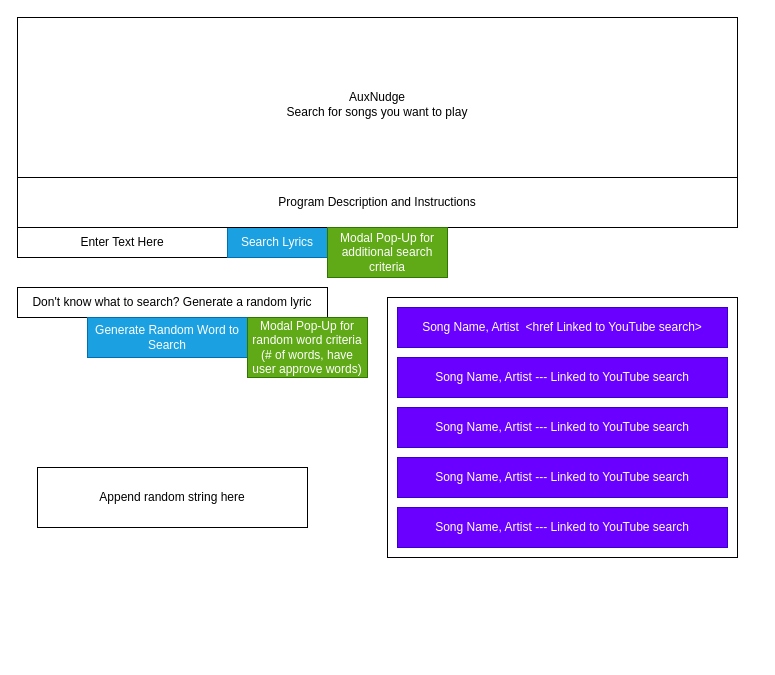
Above: page "Main Page" (1 of 2) of grid.drawio in ccaitano/aux-nudge (draw.io), before the change. Source tidied: cells renumbered, new cells numbered last; positions are measured from the earlier drawing's top-left corner, leaving out a move shared by most shapes. Both pictures are drawn from the tidied source at 100%, with x=0, y=0 at pixel (17, 17).
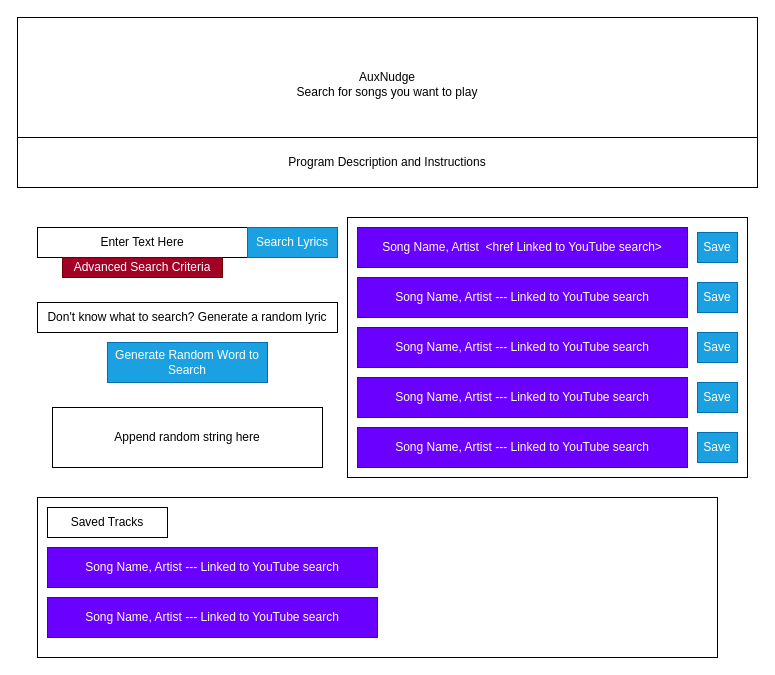
The same diagram, later.

Change to the diagram source:
```diff
@@
     <mxCell id="2" value="&lt;br&gt;AuxNudge&lt;br&gt;Search for songs you want to play" style="whiteSpace=wrap;html=1;" parent="1" vertex="1">
-      <mxGeometry width="720" height="160" as="geometry" />
+      <mxGeometry width="740" height="120" as="geometry" />
     </mxCell>
     <mxCell id="3" value="Enter Text Here" style="whiteSpace=wrap;html=1;" parent="1" vertex="1">
-      <mxGeometry y="210" width="210" height="30" as="geometry" />
+      <mxGeometry x="20" y="210" width="210" height="30" as="geometry" />
     </mxCell>
     <mxCell id="4" value="Search Lyrics" style="whiteSpace=wrap;html=1;fillColor=#1ba1e2;fontColor=#ffffff;strokeColor=#006EAF;" parent="1" vertex="1">
-      <mxGeometry x="210" y="210" width="100" height="30" as="geometry" />
+      <mxGeometry x="230" y="210" width="90" height="30" as="geometry" />
     </mxCell>
     <mxCell id="5" value="Don't know what to search? Generate a random lyric" style="whiteSpace=wrap;html=1;" parent="1" vertex="1">
-      <mxGeometry y="270" width="310" height="30" as="geometry" />
+      <mxGeometry x="20" y="285" width="300" height="30" as="geometry" />
     </mxCell>
     <mxCell id="6" value="Generate Random Word to Search" style="whiteSpace=wrap;html=1;fillColor=#1ba1e2;fontColor=#ffffff;strokeColor=#006EAF;" parent="1" vertex="1">
-      <mxGeometry x="70" y="300" width="160" height="40" as="geometry" />
+      <mxGeometry x="90" y="325" width="160" height="40" as="geometry" />
     </mxCell>
     <mxCell id="7" value="Program Description and Instructions" style="whiteSpace=wrap;html=1;" parent="1" vertex="1">
-      <mxGeometry y="160" width="720" height="50" as="geometry" />
+      <mxGeometry y="120" width="740" height="50" as="geometry" />
     </mxCell>
-    <mxCell id="8" value="Modal Pop-Up for additional search criteria" style="whiteSpace=wrap;html=1;fillColor=#60a917;fontColor=#ffffff;strokeColor=#2D7600;" parent="1" vertex="1">
-      <mxGeometry x="310" y="210" width="120" height="50" as="geometry" />
-    </mxCell>
-    <mxCell id="9" value="Modal Pop-Up for random word criteria (# of words, have user approve words)" style="whiteSpace=wrap;html=1;fillColor=#60a917;fontColor=#ffffff;strokeColor=#2D7600;" parent="1" vertex="1">
-      <mxGeometry x="230" y="300" width="120" height="60" as="geometry" />
-    </mxCell>
     <mxCell id="10" value="Append random string here" style="whiteSpace=wrap;html=1;" parent="1" vertex="1">
-      <mxGeometry x="20" y="450" width="270" height="60" as="geometry" />
+      <mxGeometry x="35" y="390" width="270" height="60" as="geometry" />
     </mxCell>
     <mxCell id="11" style="whiteSpace=wrap;html=1;" parent="1" vertex="1">
-      <mxGeometry x="370" y="280" width="350" height="260" as="geometry" />
+      <mxGeometry x="330" y="200" width="400" height="260" as="geometry" />
     </mxCell>
     <mxCell id="12" value="Song Name, Artist&amp;nbsp; &amp;lt;href Linked to YouTube search&amp;gt;" style="whiteSpace=wrap;html=1;fillColor=#6a00ff;fontColor=#ffffff;strokeColor=#3700CC;" parent="1" vertex="1">
-      <mxGeometry x="380" y="290" width="330" height="40" as="geometry" />
+      <mxGeometry x="340" y="210" width="330" height="40" as="geometry" />
     </mxCell>
     <mxCell id="13" value="Song Name, Artist --- Linked to YouTube search" style="whiteSpace=wrap;html=1;fillColor=#6a00ff;fontColor=#ffffff;strokeColor=#3700CC;" parent="1" vertex="1">
-      <mxGeometry x="380" y="340" width="330" height="40" as="geometry" />
+      <mxGeometry x="340" y="260" width="330" height="40" as="geometry" />
     </mxCell>
     <mxCell id="14" value="Song Name, Artist --- Linked to YouTube search" style="whiteSpace=wrap;html=1;fillColor=#6a00ff;fontColor=#ffffff;strokeColor=#3700CC;" parent="1" vertex="1">
-      <mxGeometry x="380" y="390" width="330" height="40" as="geometry" />
+      <mxGeometry x="340" y="310" width="330" height="40" as="geometry" />
     </mxCell>
     <mxCell id="15" value="Song Name, Artist --- Linked to YouTube search" style="whiteSpace=wrap;html=1;fillColor=#6a00ff;fontColor=#ffffff;strokeColor=#3700CC;" parent="1" vertex="1">
-      <mxGeometry x="380" y="440" width="330" height="40" as="geometry" />
+      <mxGeometry x="340" y="360" width="330" height="40" as="geometry" />
     </mxCell>
     <mxCell id="16" value="Song Name, Artist --- Linked to YouTube search" style="whiteSpace=wrap;html=1;fillColor=#6a00ff;fontColor=#ffffff;strokeColor=#3700CC;" parent="1" vertex="1">
-      <mxGeometry x="380" y="490" width="330" height="40" as="geometry" />
+      <mxGeometry x="340" y="410" width="330" height="40" as="geometry" />
     </mxCell>
+    <mxCell id="17" style="whiteSpace=wrap;html=1;" parent="1" vertex="1">
+      <mxGeometry x="20" y="480" width="680" height="160" as="geometry" />
+    </mxCell>
+    <mxCell id="18" value="Saved Tracks" style="whiteSpace=wrap;html=1;" parent="1" vertex="1">
+      <mxGeometry x="30" y="490" width="120" height="30" as="geometry" />
+    </mxCell>
+    <mxCell id="19" value="Song Name, Artist --- Linked to YouTube search" style="whiteSpace=wrap;html=1;fillColor=#6a00ff;fontColor=#ffffff;strokeColor=#3700CC;" parent="1" vertex="1">
+      <mxGeometry x="30" y="530" width="330" height="40" as="geometry" />
+    </mxCell>
+    <mxCell id="20" value="Song Name, Artist --- Linked to YouTube search" style="whiteSpace=wrap;html=1;fillColor=#6a00ff;fontColor=#ffffff;strokeColor=#3700CC;" parent="1" vertex="1">
+      <mxGeometry x="30" y="580" width="330" height="40" as="geometry" />
+    </mxCell>
+    <mxCell id="21" value="Save" style="whiteSpace=wrap;html=1;fillColor=#1ba1e2;fontColor=#ffffff;strokeColor=#006EAF;" parent="1" vertex="1">
+      <mxGeometry x="680" y="215" width="40" height="30" as="geometry" />
+    </mxCell>
+    <mxCell id="22" value="Save" style="whiteSpace=wrap;html=1;fillColor=#1ba1e2;fontColor=#ffffff;strokeColor=#006EAF;" parent="1" vertex="1">
+      <mxGeometry x="680" y="265" width="40" height="30" as="geometry" />
+    </mxCell>
+    <mxCell id="23" value="Save" style="whiteSpace=wrap;html=1;fillColor=#1ba1e2;fontColor=#ffffff;strokeColor=#006EAF;" parent="1" vertex="1">
+      <mxGeometry x="680" y="315" width="40" height="30" as="geometry" />
+    </mxCell>
+    <mxCell id="24" value="Save" style="whiteSpace=wrap;html=1;fillColor=#1ba1e2;fontColor=#ffffff;strokeColor=#006EAF;" parent="1" vertex="1">
+      <mxGeometry x="680" y="365" width="40" height="30" as="geometry" />
+    </mxCell>
+    <mxCell id="25" value="Save" style="whiteSpace=wrap;html=1;fillColor=#1ba1e2;fontColor=#ffffff;strokeColor=#006EAF;" parent="1" vertex="1">
+      <mxGeometry x="680" y="415" width="40" height="30" as="geometry" />
+    </mxCell>
+    <mxCell id="26" value="Advanced Search Criteria" style="whiteSpace=wrap;html=1;fillColor=#a20025;fontColor=#ffffff;strokeColor=#6F0000;" parent="1" vertex="1">
+      <mxGeometry x="45" y="240" width="160" height="20" as="geometry" />
+    </mxCell>
```
